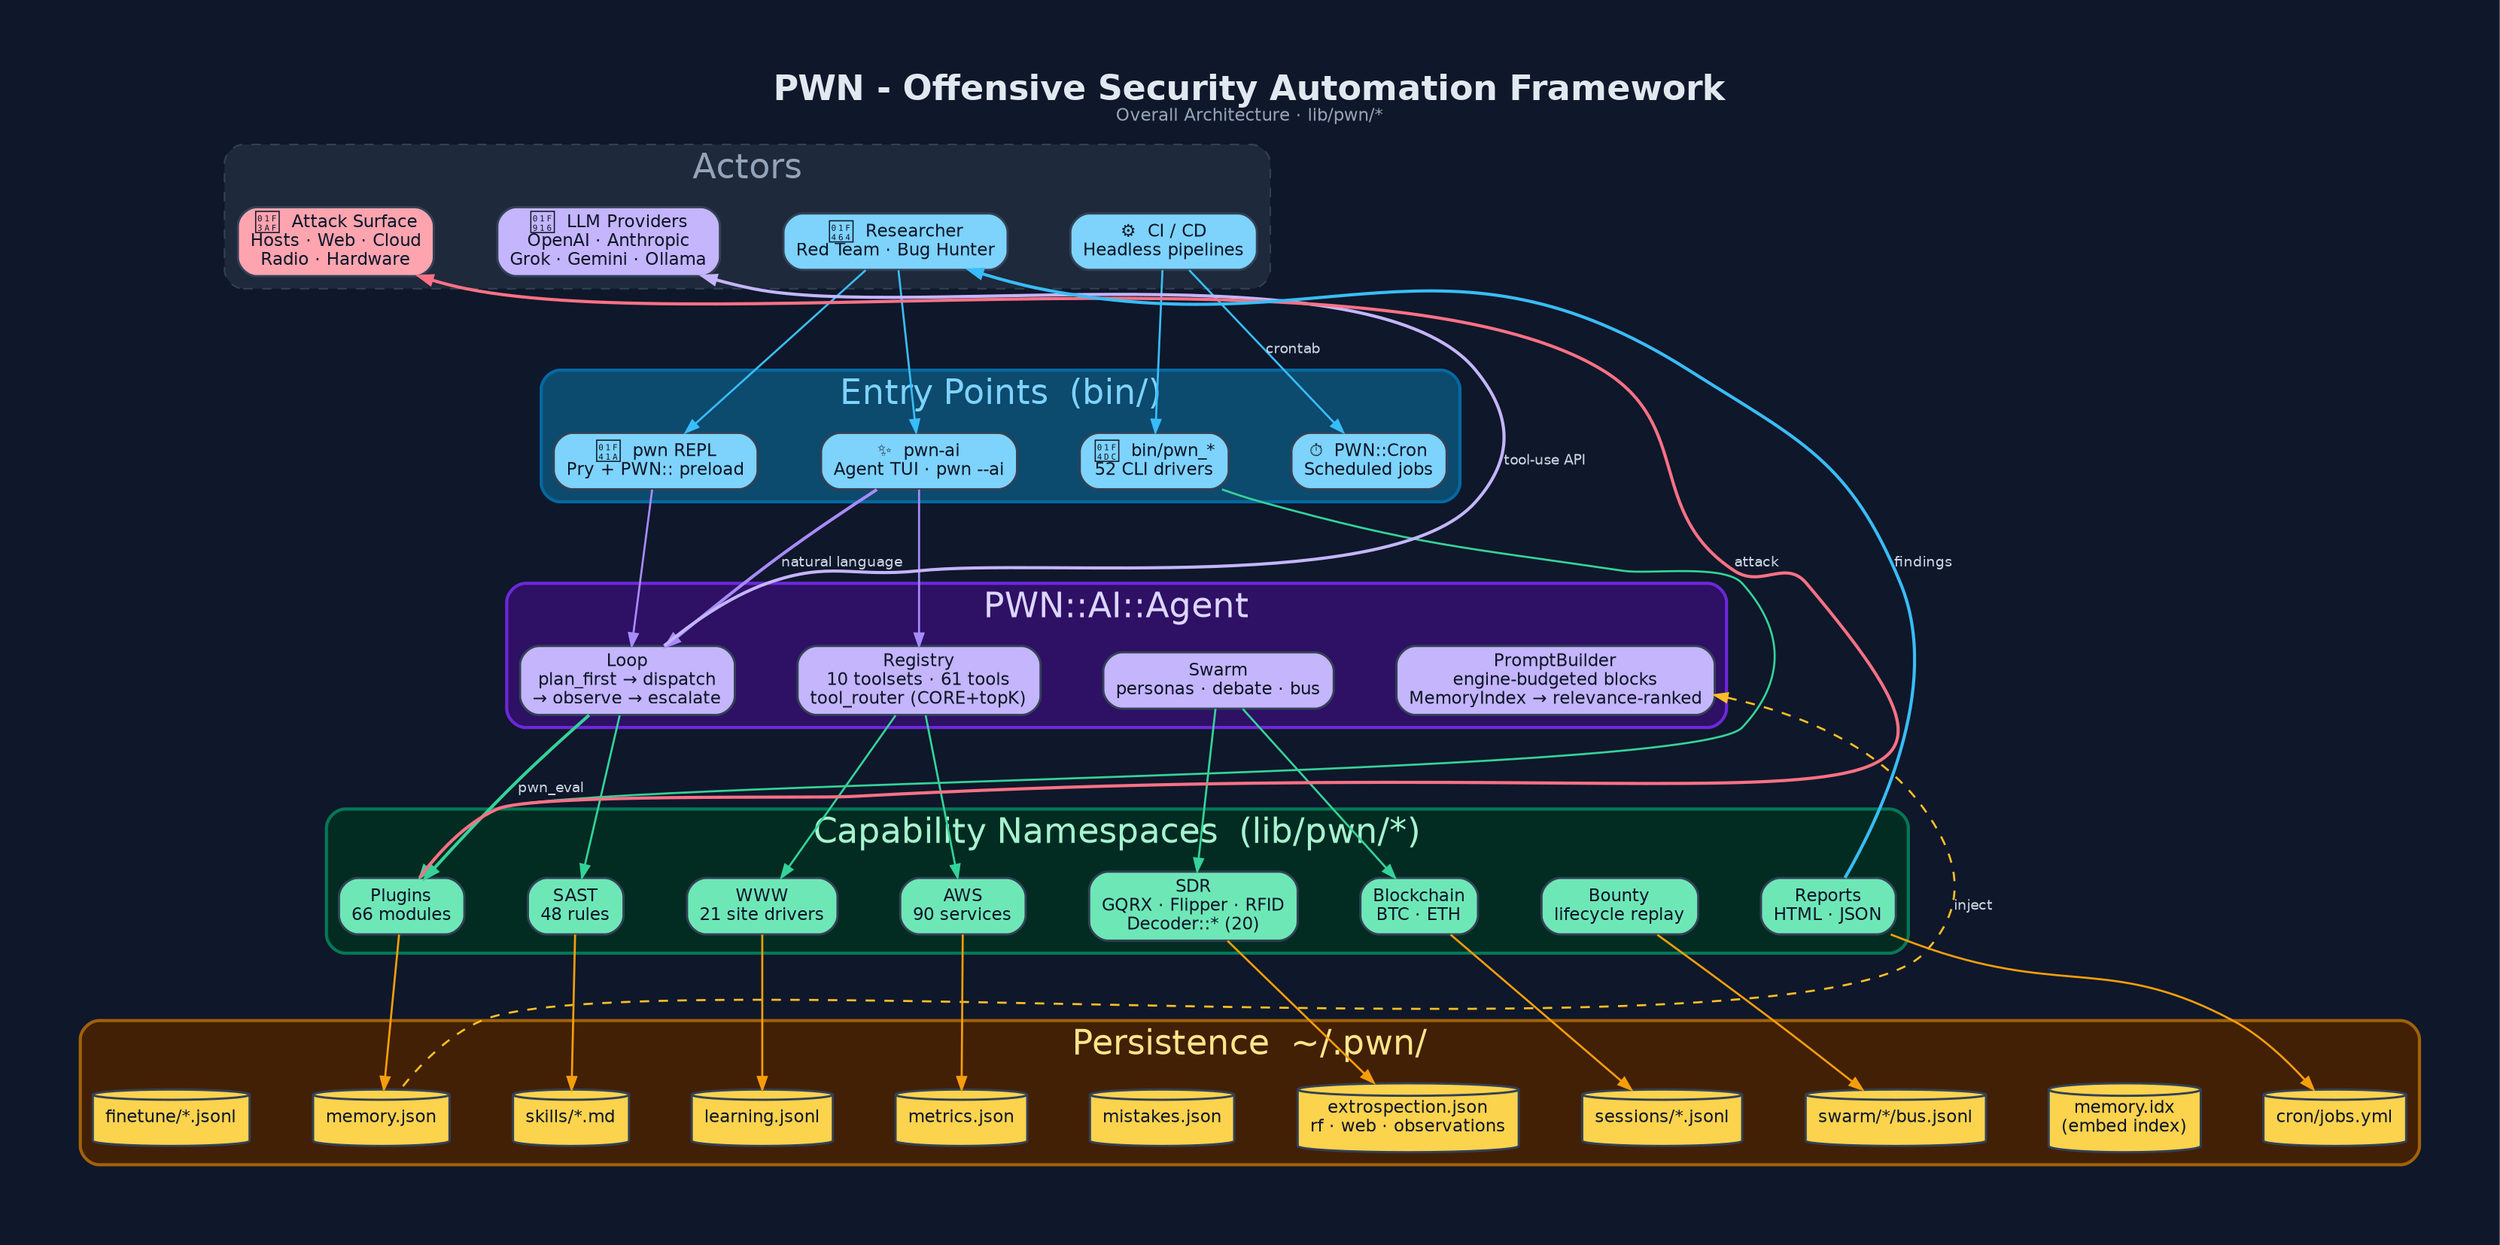
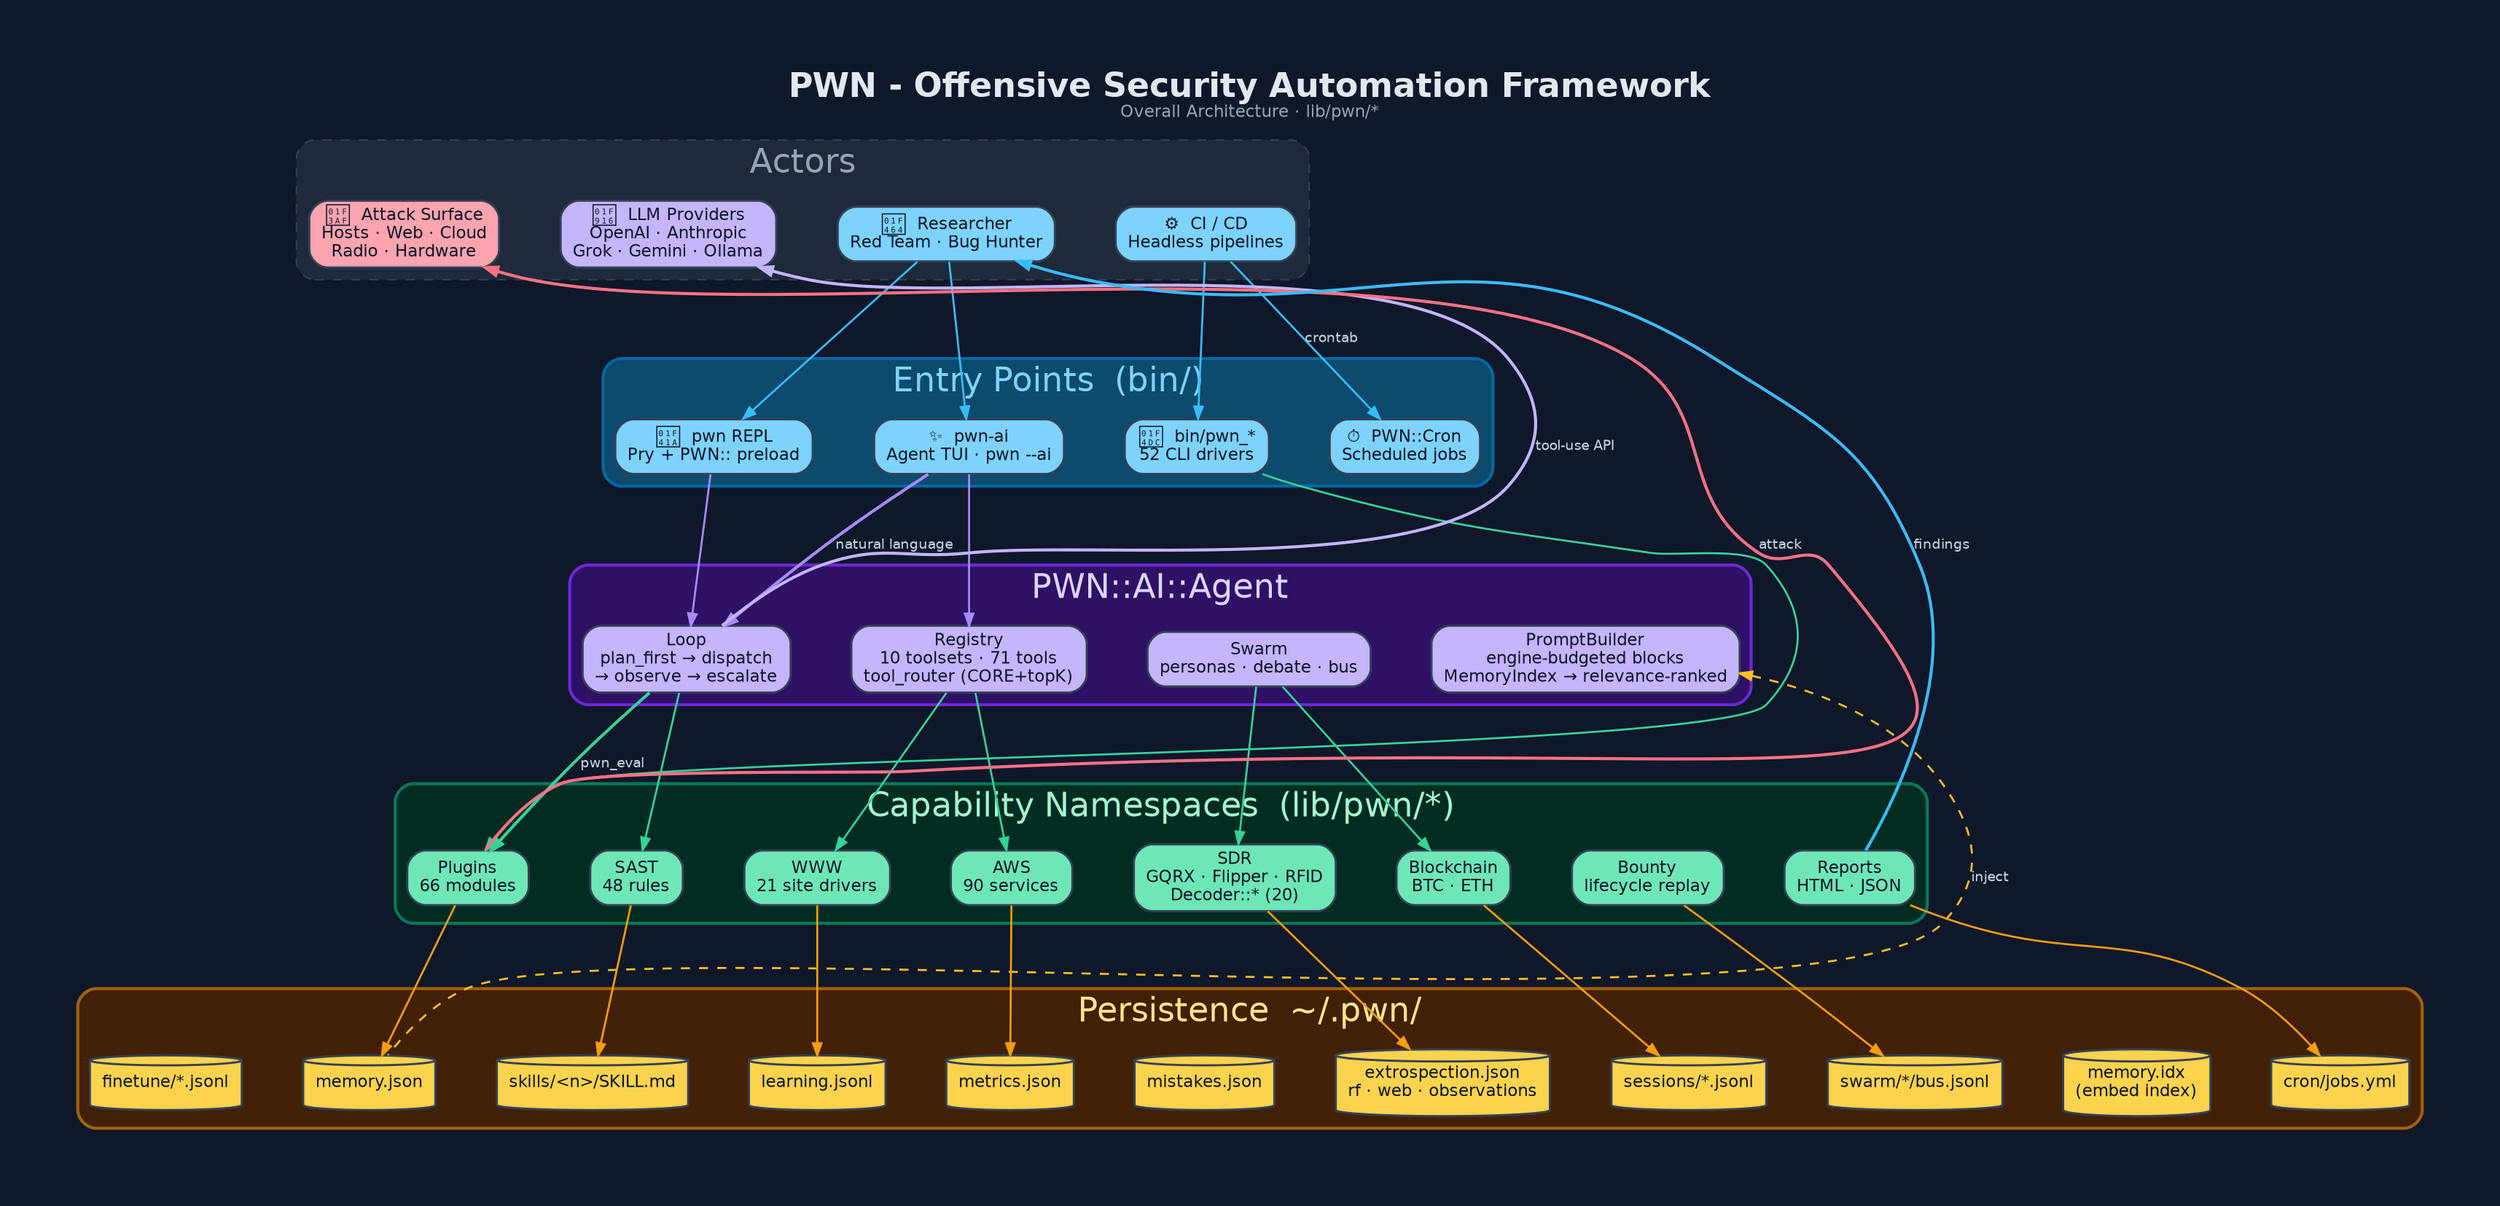
digraph "PWN_Overall_Architecture" {
  graph [
    label=<<B>PWN - Offensive Security Automation Framework</B><BR/><FONT POINT-SIZE="11" COLOR="#94a3b8">Overall Architecture · lib/pwn/*</FONT>>,
    labelloc=t, fontsize=22, fontname="Helvetica",
    rankdir=TB, splines=spline, nodesep=0.55, ranksep=1.15,
    bgcolor="#0f172a", fontcolor="#e2e8f0", pad=0.6, compound=true, newrank=true
  ];
  node [fontname="Helvetica", fontsize=11, style="filled,rounded",
        shape=box, penwidth=1.4, color="#334155", fontcolor="#0f172a"];
  edge [fontname="Helvetica", fontsize=9, color="#94a3b8",
        fontcolor="#cbd5e1", penwidth=1.3, arrowsize=0.8];

  /* ───────── L0 · ACTORS ───────── */
  subgraph cluster_actors {
    label="Actors"; fontcolor="#94a3b8"; style="rounded,dashed";
    color="#334155"; bgcolor="#1e293b";
    User   [label="👤  Researcher\nRed Team · Bug Hunter", fillcolor="#7dd3fc"];
    CI     [label="⚙️  CI / CD\nHeadless pipelines",       fillcolor="#7dd3fc"];
    LLM    [label="🤖  LLM Providers\nOpenAI · Anthropic\nGrok · Gemini · Ollama", fillcolor="#c4b5fd"];
    Target [label="🎯  Attack Surface\nHosts · Web · Cloud\nRadio · Hardware", fillcolor="#fda4af"];
  }
  {rank=same; User; CI; LLM; Target}

  /* ───────── L1 · ENTRY POINTS ───────── */
  subgraph cluster_entry {
    label="Entry Points  (bin/)"; fontcolor="#7dd3fc";
    style=rounded; color="#0369a1"; bgcolor="#0c4a6e"; penwidth=2;
    REPL  [label="🐚  pwn REPL\nPry + PWN:: preload",       fillcolor="#7dd3fc"];
    PwnAI [label="✨  pwn-ai\nAgent TUI · pwn --ai",         fillcolor="#7dd3fc"];
    CLI   [label="📜  bin/pwn_*\n52 CLI drivers",            fillcolor="#7dd3fc"];
    Cronb [label="⏱  PWN::Cron\nScheduled jobs",            fillcolor="#7dd3fc"];
  }
  {rank=same; REPL; PwnAI; CLI; Cronb}

  /* ───────── L2 · AI AGENT CORE ───────── */
  subgraph cluster_agent {
    label="PWN::AI::Agent"; fontcolor="#ddd6fe";
    style=rounded; color="#6d28d9"; bgcolor="#2e1065"; penwidth=2;
    Loop     [label="Loop\nplan_first → dispatch\n→ observe → escalate",      fillcolor="#c4b5fd"];
-     Registry [label="Registry\n10 toolsets · 61 tools\ntool_router (CORE+topK)",    fillcolor="#c4b5fd"];
+     Registry [label="Registry\n10 toolsets · 71 tools\ntool_router (CORE+topK)",    fillcolor="#c4b5fd"];
    Swarm    [label="Swarm\npersonas · debate · bus",        fillcolor="#c4b5fd"];
    Prompt   [label="PromptBuilder\nengine-budgeted blocks\nMemoryIndex → relevance-ranked",fillcolor="#c4b5fd"];
  }
  {rank=same; Loop; Registry; Swarm; Prompt}

  /* ───────── L3 · CAPABILITY NAMESPACES ───────── */
  subgraph cluster_caps {
    label="Capability Namespaces  (lib/pwn/*)"; fontcolor="#a7f3d0";
    style=rounded; color="#047857"; bgcolor="#022c22"; penwidth=2;
    Plugins [label="Plugins\n66 modules",     fillcolor="#6ee7b7"];
    SAST    [label="SAST\n48 rules",          fillcolor="#6ee7b7"];
    WWW     [label="WWW\n21 site drivers",    fillcolor="#6ee7b7"];
    AWS     [label="AWS\n90 services",        fillcolor="#6ee7b7"];
    SDR     [label="SDR\nGQRX · Flipper · RFID\nDecoder::* (20)", fillcolor="#6ee7b7"];
    Chain   [label="Blockchain\nBTC · ETH",   fillcolor="#6ee7b7"];
    Bounty  [label="Bounty\nlifecycle replay", fillcolor="#6ee7b7"];
    Reports [label="Reports\nHTML · JSON",    fillcolor="#6ee7b7"];
  }
  {rank=same; Plugins; SAST; WWW; AWS; SDR; Chain; Bounty; Reports}

  /* ───────── L4 · PERSISTENCE (~/.pwn) ───────── */
  subgraph cluster_persist {
    label="Persistence  ~/.pwn/"; fontcolor="#fde68a";
    style=rounded; color="#a16207"; bgcolor="#422006"; penwidth=2;
    Memory   [label="memory.json",       shape=cylinder, fillcolor="#fcd34d"];
    MemIdx   [label="memory.idx\n(embed index)", shape=cylinder, fillcolor="#fcd34d"];
-     Skills   [label="skills/*.md",        shape=cylinder, fillcolor="#fcd34d"];
+     Skills   [label="skills/<n>/SKILL.md",        shape=cylinder, fillcolor="#fcd34d"];
    Learn    [label="learning.jsonl",     shape=cylinder, fillcolor="#fcd34d"];
    Metrics  [label="metrics.json",       shape=cylinder, fillcolor="#fcd34d"];
    MistF    [label="mistakes.json",      shape=cylinder, fillcolor="#fcd34d"];
    Extro    [label="extrospection.json\nrf · web · observations", shape=cylinder, fillcolor="#fcd34d"];
    Sessions [label="sessions/*.jsonl",   shape=cylinder, fillcolor="#fcd34d"];
    SwarmB   [label="swarm/*/bus.jsonl",  shape=cylinder, fillcolor="#fcd34d"];
    CronF    [label="cron/jobs.yml",      shape=cylinder, fillcolor="#fcd34d"];
    Finetune [label="finetune/*.jsonl", shape=cylinder, fillcolor="#fcd34d"];
  }
  {rank=same; Memory; MemIdx; Skills; Learn; Metrics; MistF; Extro; Sessions; SwarmB; CronF; Finetune}

  /* ── L0 → L1 ── */
  User -> REPL   [color="#38bdf8"];
  User -> PwnAI  [color="#38bdf8"];
  CI   -> CLI    [color="#38bdf8"];
  CI   -> Cronb  [label="crontab", color="#38bdf8"];

  /* ── L1 → L2 ── */
  REPL  -> Loop     [color="#a78bfa"];
  PwnAI -> Loop     [label="natural language", color="#a78bfa", penwidth=2];
  PwnAI -> Registry [color="#a78bfa"];
  CLI   -> Swarm    [style=invis];
  Cronb -> Prompt   [style=invis];

  /* ── L2 → L3 ── */
  Loop     -> Plugins [label="pwn_eval", color="#34d399", penwidth=2];
  Loop     -> SAST    [color="#34d399"];
  Registry -> WWW     [color="#34d399"];
  Registry -> AWS     [color="#34d399"];
  Swarm    -> SDR     [color="#34d399"];
  Swarm    -> Chain   [color="#34d399"];
  Prompt   -> Bounty  [style=invis];
  Prompt   -> Reports [style=invis];
  CLI      -> Plugins [color="#34d399", constraint=false];

  /* ── L3 → L4 ── */
  Plugins -> Memory   [color="#f59e0b"];
  SAST    -> Skills   [color="#f59e0b"];
  WWW     -> Learn    [color="#f59e0b"];
  AWS     -> Metrics  [color="#f59e0b"];
  SDR     -> MistF    [style=invis];
  SDR     -> Extro    [color="#f59e0b"];
  Chain   -> Sessions [color="#f59e0b"];
  Bounty  -> SwarmB   [color="#f59e0b"];
  Reports -> CronF    [color="#f59e0b"];

  /* ── side flows (few, non-constraining) ── */
  Loop    -> LLM    [label="tool-use API", color="#c4b5fd", constraint=false, penwidth=2];
  Plugins -> Target [label="attack",       color="#fb7185", constraint=false, penwidth=2];
  Prompt  -> Memory [label="inject", dir=back, color="#fbbf24", constraint=false, style=dashed];
  Reports -> User   [label="findings", color="#38bdf8", constraint=false, penwidth=2];
}
